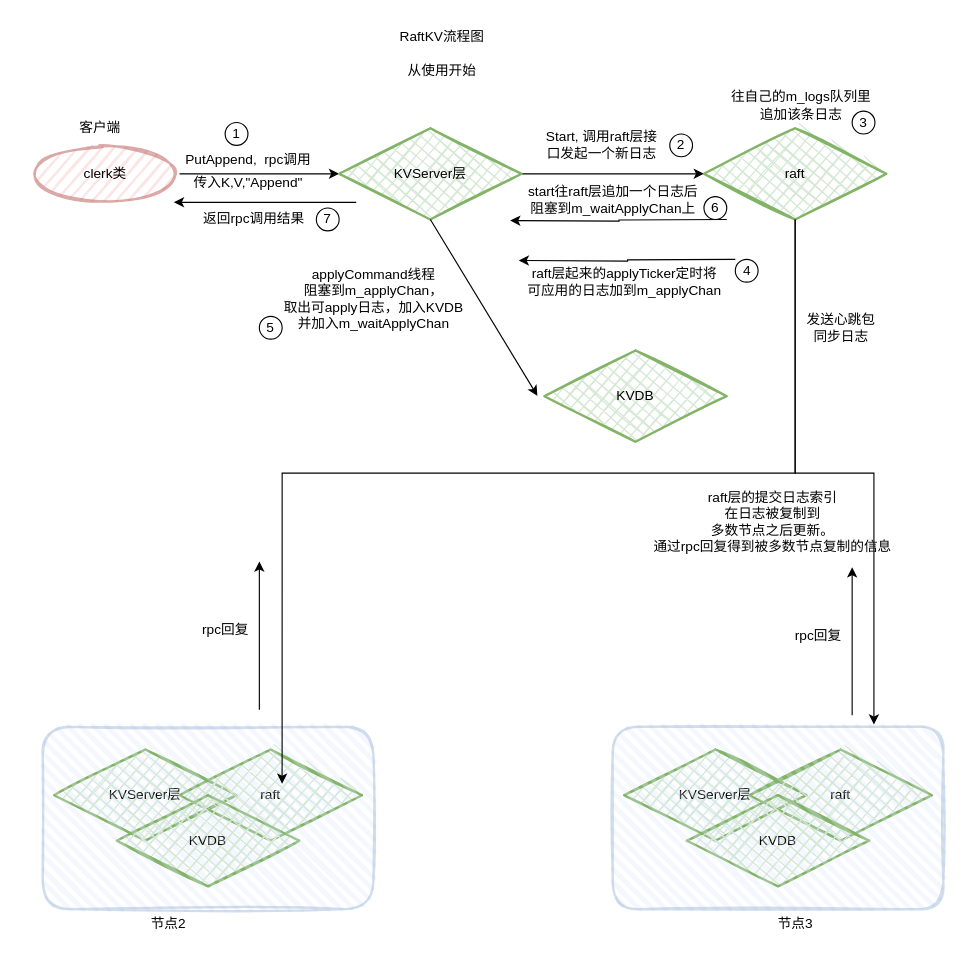
This is docs/all.drawio from SuycxZMZ/KVstorageBaseRaft-cpp, a draw.io file, before an edit. Source tidied: cells renumbered, new cells numbered last; positions are measured from the earlier drawing's top-left corner, leaving out a move shared by most shapes. Both pictures are drawn from the tidied source at 114%, with x=0, y=0 at pixel (31, 19).
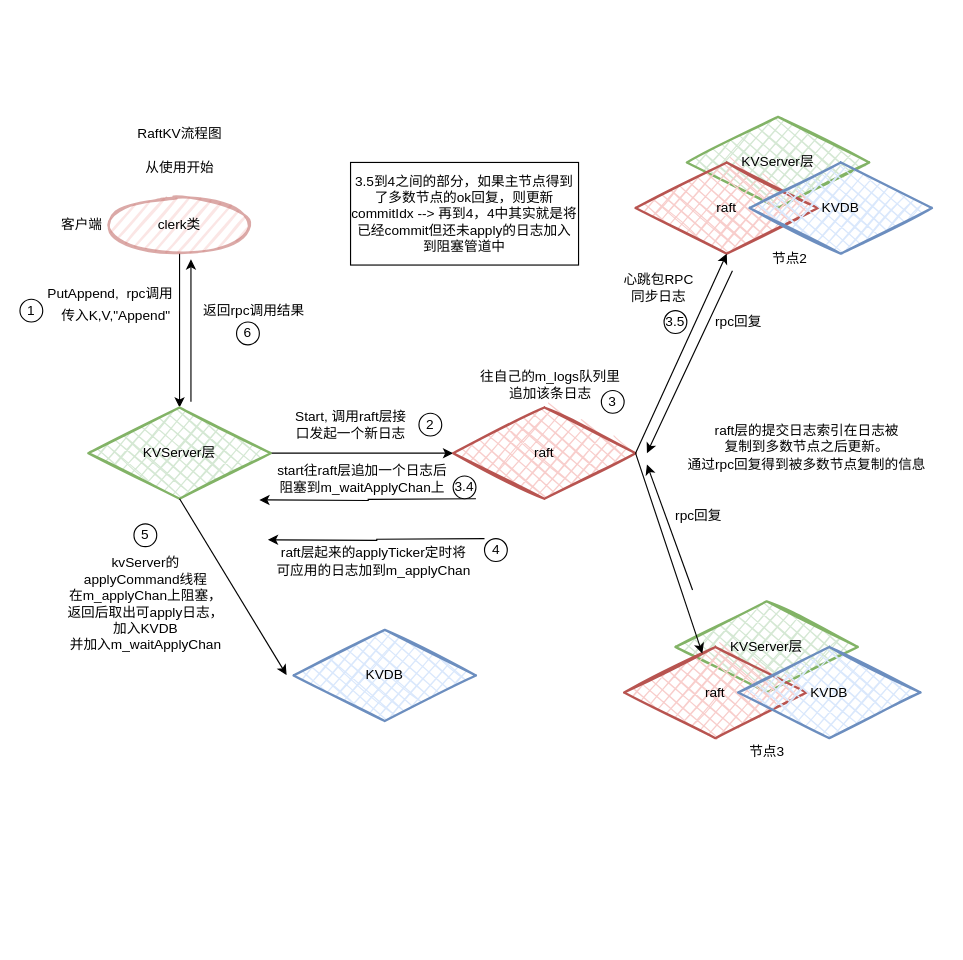
After the change.

Change to the diagram source:
```diff
@@
     <mxCell id="2" value="RaftKV流程图" style="text;html=1;align=center;verticalAlign=middle;strokeColor=none;fillColor=none;" parent="1" vertex="1">
-      <mxGeometry x="310" width="100" height="30" as="geometry" />
+      <mxGeometry x="80" y="85" width="100" height="30" as="geometry" />
     </mxCell>
     <mxCell id="3" value="从使用开始" style="text;html=1;align=center;verticalAlign=middle;strokeColor=none;fillColor=none;" parent="1" vertex="1">
-      <mxGeometry x="320" y="30" width="80" height="30" as="geometry" />
+      <mxGeometry x="90" y="115" width="80" height="30" as="geometry" />
     </mxCell>
-    <mxCell id="4" style="edgeStyle=orthogonalEdgeStyle;rounded=0;jettySize=auto;html=1;exitX=1;exitY=0.5;exitDx=0;exitDy=0;entryX=0;entryY=0.5;entryDx=0;entryDy=0;" parent="1" edge="1" source="5" target="8">
+    <mxCell id="4" style="edgeStyle=orthogonalEdgeStyle;curved=1;rounded=0;jettySize=auto;html=1;entryX=0.5;entryY=0;entryDx=0;entryDy=0;" parent="1" edge="1" source="5" target="8">
       <mxGeometry relative="1" as="geometry" />
     </mxCell>
     <mxCell id="5" value="clerk类" style="ellipse;whiteSpace=wrap;html=1;strokeWidth=2;fillWeight=2;hachureGap=8;fillColor=#f8cecc;fillStyle=dots;sketch=1;opacity=50;strokeColor=#b85450;" parent="1" vertex="1">
-      <mxGeometry y="110" width="130" height="50" as="geometry" />
+      <mxGeometry x="65" y="155" width="130" height="50" as="geometry" />
     </mxCell>
     <mxCell id="6" value="客户端" style="text;html=1;align=center;verticalAlign=middle;strokeColor=none;fillColor=none;" parent="1" vertex="1">
-      <mxGeometry x="30" y="80" width="60" height="30" as="geometry" />
+      <mxGeometry x="14" y="165" width="60" height="30" as="geometry" />
     </mxCell>
@@
     <mxCell id="8" value="KVServer层" style="rhombus;whiteSpace=wrap;html=1;strokeWidth=2;fillWeight=-1;hachureGap=8;fillStyle=cross-hatch;fillColor=#d5e8d4;sketch=1;strokeColor=#82b366;" parent="1" vertex="1">
-      <mxGeometry x="270" y="95" width="160" height="80" as="geometry" />
+      <mxGeometry x="50" y="340" width="160" height="80" as="geometry" />
     </mxCell>
-    <mxCell id="9" value="raft" style="rhombus;whiteSpace=wrap;html=1;strokeWidth=2;fillWeight=-1;hachureGap=8;fillStyle=cross-hatch;fillColor=#d5e8d4;sketch=1;strokeColor=#82b366;" parent="1" vertex="1">
-      <mxGeometry x="590" y="95" width="160" height="80" as="geometry" />
+    <mxCell id="9" value="raft" style="rhombus;whiteSpace=wrap;html=1;strokeWidth=2;fillWeight=-1;hachureGap=8;fillStyle=cross-hatch;fillColor=#f8cecc;sketch=1;strokeColor=#b85450;" parent="1" vertex="1">
+      <mxGeometry x="370" y="340" width="160" height="80" as="geometry" />
     </mxCell>
-    <mxCell id="10" value="KVDB" style="rhombus;whiteSpace=wrap;html=1;strokeWidth=2;fillWeight=-1;hachureGap=8;fillStyle=cross-hatch;fillColor=#d5e8d4;sketch=1;strokeColor=#82b366;" parent="1" vertex="1">
-      <mxGeometry x="450" y="290" width="160" height="80" as="geometry" />
+    <mxCell id="10" value="KVDB" style="rhombus;whiteSpace=wrap;html=1;strokeWidth=2;fillWeight=-1;hachureGap=8;fillStyle=cross-hatch;fillColor=#dae8fc;sketch=1;strokeColor=#6c8ebf;" parent="1" vertex="1">
+      <mxGeometry x="230" y="535" width="160" height="80" as="geometry" />
     </mxCell>
     <mxCell id="11" value="PutAppend,&amp;nbsp; rpc调用" style="text;html=1;align=center;verticalAlign=middle;strokeColor=none;fillColor=none;" parent="1" vertex="1">
-      <mxGeometry x="125" y="108" width="130" height="30" as="geometry" />
+      <mxGeometry x="4" y="225" width="130" height="30" as="geometry" />
     </mxCell>
     <mxCell id="12" value="传入K,V,&quot;Append&quot;" style="text;html=1;align=center;verticalAlign=middle;strokeColor=none;fillColor=none;" parent="1" vertex="1">
-      <mxGeometry x="130" y="128" width="120" height="30" as="geometry" />
+      <mxGeometry x="14" y="245" width="120" height="30" as="geometry" />
     </mxCell>
     <mxCell id="13" value="1" style="ellipse;whiteSpace=wrap;html=1;" parent="1" vertex="1">
-      <mxGeometry x="170" y="90" width="20" height="20" as="geometry" />
+      <mxGeometry x="-10" y="245" width="20" height="20" as="geometry" />
     </mxCell>
     <mxCell id="14" value="Start, 调用raft层接&lt;div&gt;口发起一个新日志&lt;/div&gt;" style="text;html=1;align=center;verticalAlign=middle;strokeColor=none;fillColor=none;" parent="1" vertex="1">
-      <mxGeometry x="440" y="90" width="120" height="40" as="geometry" />
+      <mxGeometry x="220" y="335" width="120" height="40" as="geometry" />
     </mxCell>
     <mxCell id="15" value="2" style="ellipse;whiteSpace=wrap;html=1;" parent="1" vertex="1">
-      <mxGeometry x="560" y="100" width="20" height="20" as="geometry" />
+      <mxGeometry x="340" y="345" width="20" height="20" as="geometry" />
     </mxCell>
     <mxCell id="16" value="往自己的m_logs队列里&lt;div&gt;追加该条日志&lt;/div&gt;" style="text;html=1;align=center;verticalAlign=middle;strokeColor=none;fillColor=none;" parent="1" vertex="1">
-      <mxGeometry x="600" y="55" width="150" height="40" as="geometry" />
+      <mxGeometry x="380" y="300" width="150" height="40" as="geometry" />
     </mxCell>
     <mxCell id="17" value="3" style="ellipse;whiteSpace=wrap;html=1;" parent="1" vertex="1">
-      <mxGeometry x="720" y="80" width="20" height="20" as="geometry" />
+      <mxGeometry x="500" y="325" width="20" height="20" as="geometry" />
     </mxCell>
     <mxCell id="18" value="start往raft层追加一个日志后&lt;div&gt;阻塞到&lt;span style=&quot;background-color: initial;&quot;&gt;m_waitApplyChan上&lt;/span&gt;&lt;/div&gt;" style="text;html=1;align=center;verticalAlign=middle;strokeColor=none;fillColor=none;" parent="1" vertex="1">
-      <mxGeometry x="425" y="138" width="170" height="40" as="geometry" />
+      <mxGeometry x="205" y="383" width="170" height="40" as="geometry" />
     </mxCell>
     <mxCell id="19" style="edgeStyle=orthogonalEdgeStyle;rounded=0;orthogonalLoop=1;jettySize=auto;html=1;" parent="1" edge="1">
       <mxGeometry relative="1" as="geometry">
-        <mxPoint x="617.5" y="210" as="sourcePoint" />
-        <mxPoint x="427.5" y="211" as="targetPoint" />
+        <mxPoint x="397.5" y="455" as="sourcePoint" />
+        <mxPoint x="207.5" y="456" as="targetPoint" />
       </mxGeometry>
     </mxCell>
     <mxCell id="20" value="raft层起来的applyTicker定时将&lt;div&gt;可应用的日志加到m_applyChan&lt;/div&gt;" style="text;html=1;align=center;verticalAlign=middle;strokeColor=none;fillColor=none;" parent="1" vertex="1">
-      <mxGeometry x="425" y="210" width="190" height="40" as="geometry" />
+      <mxGeometry x="205" y="455" width="190" height="40" as="geometry" />
     </mxCell>
     <mxCell id="21" value="4" style="ellipse;whiteSpace=wrap;html=1;" parent="1" vertex="1">
-      <mxGeometry x="617.5" y="210" width="20" height="20" as="geometry" />
+      <mxGeometry x="397.5" y="455" width="20" height="20" as="geometry" />
     </mxCell>
     <mxCell id="22" style="endArrow=classic;html=1;rounded=0;" parent="1" edge="1">
       <mxGeometry relative="1" as="geometry">
-        <mxPoint x="285" y="160" as="sourcePoint" />
-        <mxPoint x="125" y="160" as="targetPoint" />
+        <mxPoint x="140" y="335" as="sourcePoint" />
+        <mxPoint x="140" y="210" as="targetPoint" />
       </mxGeometry>
     </mxCell>
     <mxCell id="23" value="返回rpc调用结果" style="text;html=1;align=center;verticalAlign=middle;strokeColor=none;fillColor=none;" parent="1" vertex="1">
-      <mxGeometry x="140" y="160" width="110" height="30" as="geometry" />
+      <mxGeometry x="140" y="240" width="110" height="30" as="geometry" />
     </mxCell>
@@
-    <mxCell id="25" value="applyCommand线程&lt;div&gt;阻塞到m_applyChan，&lt;/div&gt;&lt;div&gt;取出可apply日志，加入KVDB&lt;/div&gt;&lt;div&gt;并加入&lt;span style=&quot;background-color: initial;&quot;&gt;m_waitApplyChan&lt;/span&gt;&lt;/div&gt;" style="text;html=1;align=center;verticalAlign=middle;strokeColor=none;fillColor=none;" parent="1" vertex="1">
-      <mxGeometry x="210" y="210" width="180" height="70" as="geometry" />
+    <mxCell id="25" value="kvServer的&lt;div&gt;applyCommand线程&lt;div&gt;在m_applyChan上阻塞，&lt;/div&gt;&lt;div&gt;&lt;span style=&quot;background-color: initial;&quot;&gt;返回后取出可apply日志，&lt;/span&gt;&lt;/div&gt;&lt;div&gt;&lt;span style=&quot;background-color: initial;&quot;&gt;加入KVDB&lt;/span&gt;&lt;/div&gt;&lt;div&gt;并加入&lt;span style=&quot;background-color: initial;&quot;&gt;m_waitApplyChan&lt;/span&gt;&lt;/div&gt;&lt;/div&gt;" style="text;html=1;align=center;verticalAlign=middle;strokeColor=none;fillColor=none;" parent="1" vertex="1">
+      <mxGeometry x="20" y="462" width="160" height="100" as="geometry" />
     </mxCell>
     <mxCell id="26" value="5" style="ellipse;whiteSpace=wrap;html=1;" parent="1" vertex="1">
-      <mxGeometry x="200" y="260" width="20" height="20" as="geometry" />
+      <mxGeometry x="90" y="442" width="20" height="20" as="geometry" />
     </mxCell>
     <mxCell id="27" style="edgeStyle=orthogonalEdgeStyle;rounded=0;orthogonalLoop=1;jettySize=auto;html=1;" parent="1" edge="1">
       <mxGeometry relative="1" as="geometry">
-        <mxPoint x="610" y="175" as="sourcePoint" />
-        <mxPoint x="420" y="176" as="targetPoint" />
+        <mxPoint x="390" y="420" as="sourcePoint" />
+        <mxPoint x="200" y="421" as="targetPoint" />
       </mxGeometry>
     </mxCell>
-    <mxCell id="28" value="6" style="ellipse;whiteSpace=wrap;html=1;" parent="1" vertex="1">
-      <mxGeometry x="590" y="155" width="20" height="20" as="geometry" />
+    <mxCell id="28" value="3.4" style="ellipse;whiteSpace=wrap;html=1;" parent="1" vertex="1">
+      <mxGeometry x="370" y="400" width="20" height="20" as="geometry" />
     </mxCell>
-    <mxCell id="29" value="7" style="ellipse;whiteSpace=wrap;html=1;" parent="1" vertex="1">
-      <mxGeometry x="250" y="165" width="20" height="20" as="geometry" />
+    <mxCell id="29" value="6" style="ellipse;whiteSpace=wrap;html=1;" parent="1" vertex="1">
+      <mxGeometry x="180" y="265" width="20" height="20" as="geometry" />
     </mxCell>
     <mxCell id="30" value="KVServer层" style="rhombus;whiteSpace=wrap;html=1;strokeWidth=2;fillWeight=-1;hachureGap=8;fillStyle=cross-hatch;fillColor=#d5e8d4;sketch=1;strokeColor=#82b366;" parent="1" vertex="1">
-      <mxGeometry x="20" y="640" width="160" height="80" as="geometry" />
+      <mxGeometry x="575" y="85" width="160" height="80" as="geometry" />
     </mxCell>
-    <mxCell id="31" value="raft" style="rhombus;whiteSpace=wrap;html=1;strokeWidth=2;fillWeight=-1;hachureGap=8;fillStyle=cross-hatch;fillColor=#d5e8d4;sketch=1;strokeColor=#82b366;" parent="1" vertex="1">
-      <mxGeometry x="130" y="640" width="160" height="80" as="geometry" />
+    <mxCell id="31" value="raft" style="rhombus;whiteSpace=wrap;html=1;strokeWidth=2;fillWeight=-1;hachureGap=8;fillStyle=cross-hatch;fillColor=#f8cecc;sketch=1;strokeColor=#b85450;" parent="1" vertex="1">
+      <mxGeometry x="530" y="125" width="160" height="80" as="geometry" />
     </mxCell>
-    <mxCell id="32" value="KVDB" style="rhombus;whiteSpace=wrap;html=1;strokeWidth=2;fillWeight=-1;hachureGap=8;fillStyle=cross-hatch;fillColor=#d5e8d4;sketch=1;strokeColor=#82b366;" parent="1" vertex="1">
-      <mxGeometry x="75" y="680" width="160" height="80" as="geometry" />
+    <mxCell id="32" value="KVDB" style="rhombus;whiteSpace=wrap;html=1;strokeWidth=2;fillWeight=-1;hachureGap=8;fillStyle=cross-hatch;fillColor=#dae8fc;sketch=1;strokeColor=#6c8ebf;" parent="1" vertex="1">
+      <mxGeometry x="630" y="125" width="160" height="80" as="geometry" />
     </mxCell>
-    <mxCell id="33" style="rounded=1;whiteSpace=wrap;html=1;strokeWidth=2;fillWeight=4;hachureGap=8;hachureAngle=45;fillColor=#dae8fc;sketch=1;strokeColor=#6c8ebf;opacity=30;" parent="1" vertex="1">
-      <mxGeometry x="10" y="620" width="290" height="160" as="geometry" />
-    </mxCell>
+    <mxCell id="38" value="raft层的提交日志索引&lt;span style=&quot;background-color: initial;&quot;&gt;在日志被&lt;/span&gt;&lt;div&gt;&lt;span style=&quot;background-color: initial;&quot;&gt;复制到&lt;/span&gt;&lt;span style=&quot;background-color: initial;&quot;&gt;多数节点之后更新。&lt;/span&gt;&lt;div&gt;&lt;span style=&quot;background-color: initial;&quot;&gt;通过rpc回复得到被多数节点复制的信息&lt;/span&gt;&lt;/div&gt;&lt;/div&gt;" style="text;html=1;align=center;verticalAlign=middle;strokeColor=none;fillColor=none;" parent="1" vertex="1">
+      <mxGeometry x="565" y="345" width="230" height="60" as="geometry" />
+    </mxCell>
+    <mxCell id="41" value="心跳包RPC&lt;div&gt;同步日志&lt;/div&gt;" style="text;html=1;align=center;verticalAlign=middle;strokeColor=none;fillColor=none;" parent="1" vertex="1">
+      <mxGeometry x="510" y="215" width="80" height="40" as="geometry" />
+    </mxCell>
+    <mxCell id="45" value="rpc回复" style="text;html=1;align=center;verticalAlign=middle;strokeColor=none;fillColor=none;" parent="1" vertex="1">
+      <mxGeometry x="590" y="250" width="60" height="30" as="geometry" />
+    </mxCell>
+    <mxCell id="46" value="节点2" style="text;html=1;align=center;verticalAlign=middle;strokeColor=none;fillColor=none;" parent="1" vertex="1">
+      <mxGeometry x="640" y="195" width="50" height="30" as="geometry" />
+    </mxCell>
+    <mxCell id="48" value="3.5" style="ellipse;whiteSpace=wrap;html=1;" parent="1" vertex="1">
+      <mxGeometry x="555" y="255" width="20" height="20" as="geometry" />
+    </mxCell>
+    <mxCell id="49" value="3.5到4之间的部分，如果主节点得到了多数节点的ok回复，则更新commitIdx --&amp;gt; 再到4，4中其实就是将已经commit但还未apply的日志加入到阻塞管道中" style="whiteSpace=wrap;html=1;" parent="1" vertex="1">
+      <mxGeometry x="280" y="125" width="200" height="90" as="geometry" />
+    </mxCell>
     <mxCell id="34" value="KVServer层" style="rhombus;whiteSpace=wrap;html=1;strokeWidth=2;fillWeight=-1;hachureGap=8;fillStyle=cross-hatch;fillColor=#d5e8d4;sketch=1;strokeColor=#82b366;" parent="1" vertex="1">
-      <mxGeometry x="520" y="640" width="160" height="80" as="geometry" />
+      <mxGeometry x="565" y="510" width="160" height="80" as="geometry" />
     </mxCell>
-    <mxCell id="35" value="raft" style="rhombus;whiteSpace=wrap;html=1;strokeWidth=2;fillWeight=-1;hachureGap=8;fillStyle=cross-hatch;fillColor=#d5e8d4;sketch=1;strokeColor=#82b366;" parent="1" vertex="1">
-      <mxGeometry x="630" y="640" width="160" height="80" as="geometry" />
+    <mxCell id="35" value="raft" style="rhombus;whiteSpace=wrap;html=1;strokeWidth=2;fillWeight=-1;hachureGap=8;fillStyle=cross-hatch;fillColor=#f8cecc;sketch=1;strokeColor=#b85450;" parent="1" vertex="1">
+      <mxGeometry x="520" y="550" width="160" height="80" as="geometry" />
     </mxCell>
-    <mxCell id="36" value="KVDB" style="rhombus;whiteSpace=wrap;html=1;strokeWidth=2;fillWeight=-1;hachureGap=8;fillStyle=cross-hatch;fillColor=#d5e8d4;sketch=1;strokeColor=#82b366;" parent="1" vertex="1">
-      <mxGeometry x="575" y="680" width="160" height="80" as="geometry" />
+    <mxCell id="36" value="KVDB" style="rhombus;whiteSpace=wrap;html=1;strokeWidth=2;fillWeight=-1;hachureGap=8;fillStyle=cross-hatch;fillColor=#dae8fc;sketch=1;strokeColor=#6c8ebf;" parent="1" vertex="1">
+      <mxGeometry x="620" y="550" width="160" height="80" as="geometry" />
     </mxCell>
-    <mxCell id="37" style="rounded=1;whiteSpace=wrap;html=1;strokeWidth=2;fillWeight=4;hachureGap=8;hachureAngle=45;fillColor=#dae8fc;sketch=1;strokeColor=#6c8ebf;opacity=30;" parent="1" vertex="1">
-      <mxGeometry x="510" y="620" width="290" height="160" as="geometry" />
-    </mxCell>
-    <mxCell id="38" value="raft层的提交日志索引&lt;div&gt;在日志被&lt;span style=&quot;background-color: initial;&quot;&gt;复制到&lt;/span&gt;&lt;/div&gt;&lt;div&gt;&lt;span style=&quot;background-color: initial;&quot;&gt;多数节点之后更新。&lt;/span&gt;&lt;/div&gt;&lt;div&gt;&lt;span style=&quot;background-color: initial;&quot;&gt;通过rpc回复得到被多数节点复制的信息&lt;/span&gt;&lt;/div&gt;" style="text;html=1;align=center;verticalAlign=middle;strokeColor=none;fillColor=none;" parent="1" vertex="1">
-      <mxGeometry x="535" y="405" width="230" height="70" as="geometry" />
-    </mxCell>
-    <mxCell id="39" style="edgeStyle=orthogonalEdgeStyle;rounded=0;jettySize=auto;html=1;exitX=0.5;exitY=1;exitDx=0;exitDy=0;entryX=0.724;entryY=0.313;entryDx=0;entryDy=0;entryPerimeter=0;" parent="1" edge="1" source="9" target="33">
-      <mxGeometry relative="1" as="geometry" />
-    </mxCell>
-    <mxCell id="40" style="edgeStyle=orthogonalEdgeStyle;rounded=0;jettySize=auto;html=1;exitX=0.5;exitY=1;exitDx=0;exitDy=0;entryX=0.79;entryY=-0.012;entryDx=0;entryDy=0;entryPerimeter=0;" parent="1" edge="1" source="9" target="37">
-      <mxGeometry relative="1" as="geometry" />
-    </mxCell>
-    <mxCell id="41" value="发送心跳包&lt;div&gt;同步日志&lt;/div&gt;" style="text;html=1;align=center;verticalAlign=middle;strokeColor=none;fillColor=none;" parent="1" vertex="1">
-      <mxGeometry x="670" y="250" width="80" height="40" as="geometry" />
-    </mxCell>
-    <mxCell id="42" style="endArrow=classic;html=1;rounded=0;" parent="1" edge="1">
-      <mxGeometry relative="1" as="geometry">
-        <mxPoint x="720" y="610" as="sourcePoint" />
-        <mxPoint x="720" y="480" as="targetPoint" />
-      </mxGeometry>
-    </mxCell>
+    <mxCell id="47" value="节点3" style="text;html=1;align=center;verticalAlign=middle;strokeColor=none;fillColor=none;" parent="1" vertex="1">
+      <mxGeometry x="620" y="627" width="50" height="30" as="geometry" />
+    </mxCell>
+    <mxCell id="50" style="endArrow=classic;html=1;rounded=0;curved=1;entryX=0.5;entryY=1;entryDx=0;entryDy=0;exitX=1;exitY=0.5;exitDx=0;exitDy=0;" parent="1" edge="1" source="9" target="31">
+      <mxGeometry relative="1" as="geometry" />
+    </mxCell>
+    <mxCell id="51" style="endArrow=classic;html=1;rounded=0;curved=1;exitX=1;exitY=0.5;exitDx=0;exitDy=0;" parent="1" edge="1" source="9" target="35">
+      <mxGeometry relative="1" as="geometry" />
+    </mxCell>
+    <mxCell id="52" style="endArrow=classic;html=1;rounded=0;curved=1;" parent="1" edge="1">
+      <mxGeometry relative="1" as="geometry">
+        <mxPoint x="615" y="220" as="sourcePoint" />
+        <mxPoint x="540" y="380" as="targetPoint" />
+      </mxGeometry>
+    </mxCell>
+    <mxCell id="53" style="endArrow=classic;html=1;rounded=0;curved=1;" parent="1" edge="1">
+      <mxGeometry relative="1" as="geometry">
+        <mxPoint x="580" y="500" as="sourcePoint" />
+        <mxPoint x="540" y="390" as="targetPoint" />
+      </mxGeometry>
+    </mxCell>
     <mxCell id="43" value="rpc回复" style="text;html=1;align=center;verticalAlign=middle;strokeColor=none;fillColor=none;" parent="1" vertex="1">
-      <mxGeometry x="660" y="525" width="60" height="30" as="geometry" />
+      <mxGeometry x="555" y="420" width="60" height="30" as="geometry" />
     </mxCell>
-    <mxCell id="44" style="endArrow=classic;html=1;rounded=0;" parent="1" edge="1">
-      <mxGeometry relative="1" as="geometry">
-        <mxPoint x="200" y="605" as="sourcePoint" />
-        <mxPoint x="200" y="475" as="targetPoint" />
-      </mxGeometry>
-    </mxCell>
-    <mxCell id="45" value="rpc回复" style="text;html=1;align=center;verticalAlign=middle;strokeColor=none;fillColor=none;" parent="1" vertex="1">
-      <mxGeometry x="140" y="520" width="60" height="30" as="geometry" />
-    </mxCell>
-    <mxCell id="46" value="节点2" style="text;html=1;align=center;verticalAlign=middle;strokeColor=none;fillColor=none;" parent="1" vertex="1">
-      <mxGeometry x="95" y="778" width="50" height="30" as="geometry" />
-    </mxCell>
-    <mxCell id="47" value="节点3" style="text;html=1;align=center;verticalAlign=middle;strokeColor=none;fillColor=none;" parent="1" vertex="1">
-      <mxGeometry x="645" y="778" width="50" height="30" as="geometry" />
-    </mxCell>
```
